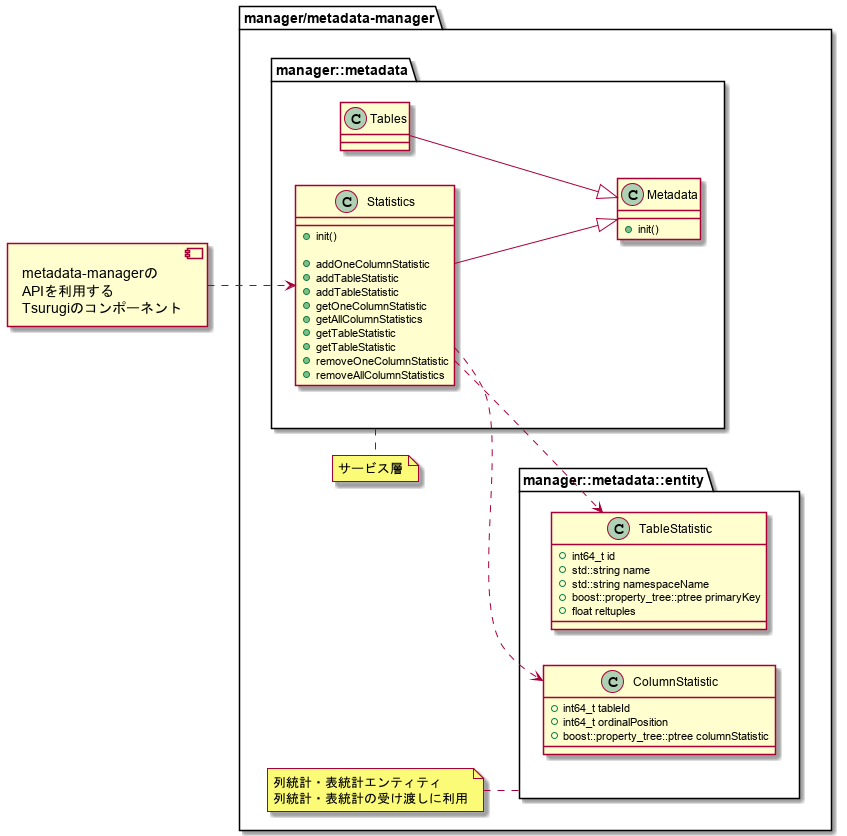
Above: metadata-manager/docs/statistic/02.FD/out/uml/ClassDiagram_detail/ClassDiagram_overview.png in project-tsurugi/metadata-manager (PlantUML), before the change.
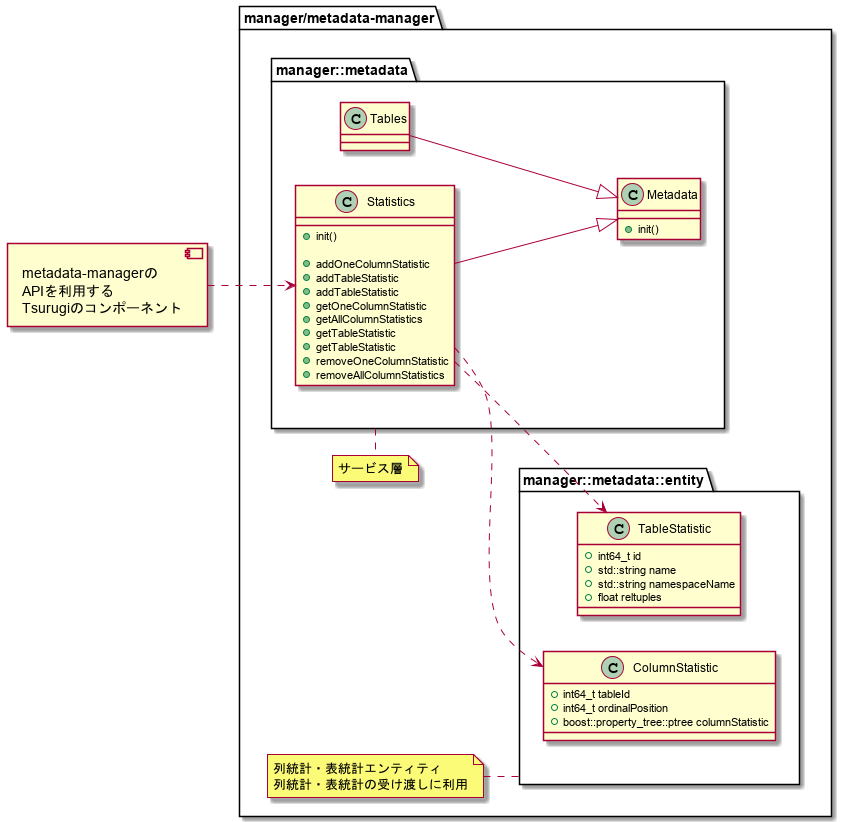
The same file after the commit.

Commit message:
Remove primaryKey field from TableStatistic entity

Diff of the diagram source:
```diff
@@ -34,7 +34,6 @@
         {field}+int64_t id
         {field}+std::string name
         {field}+std::string namespaceName
-        {field}+boost::property_tree::ptree primaryKey
         {field}+float reltuples
       }
 
```
